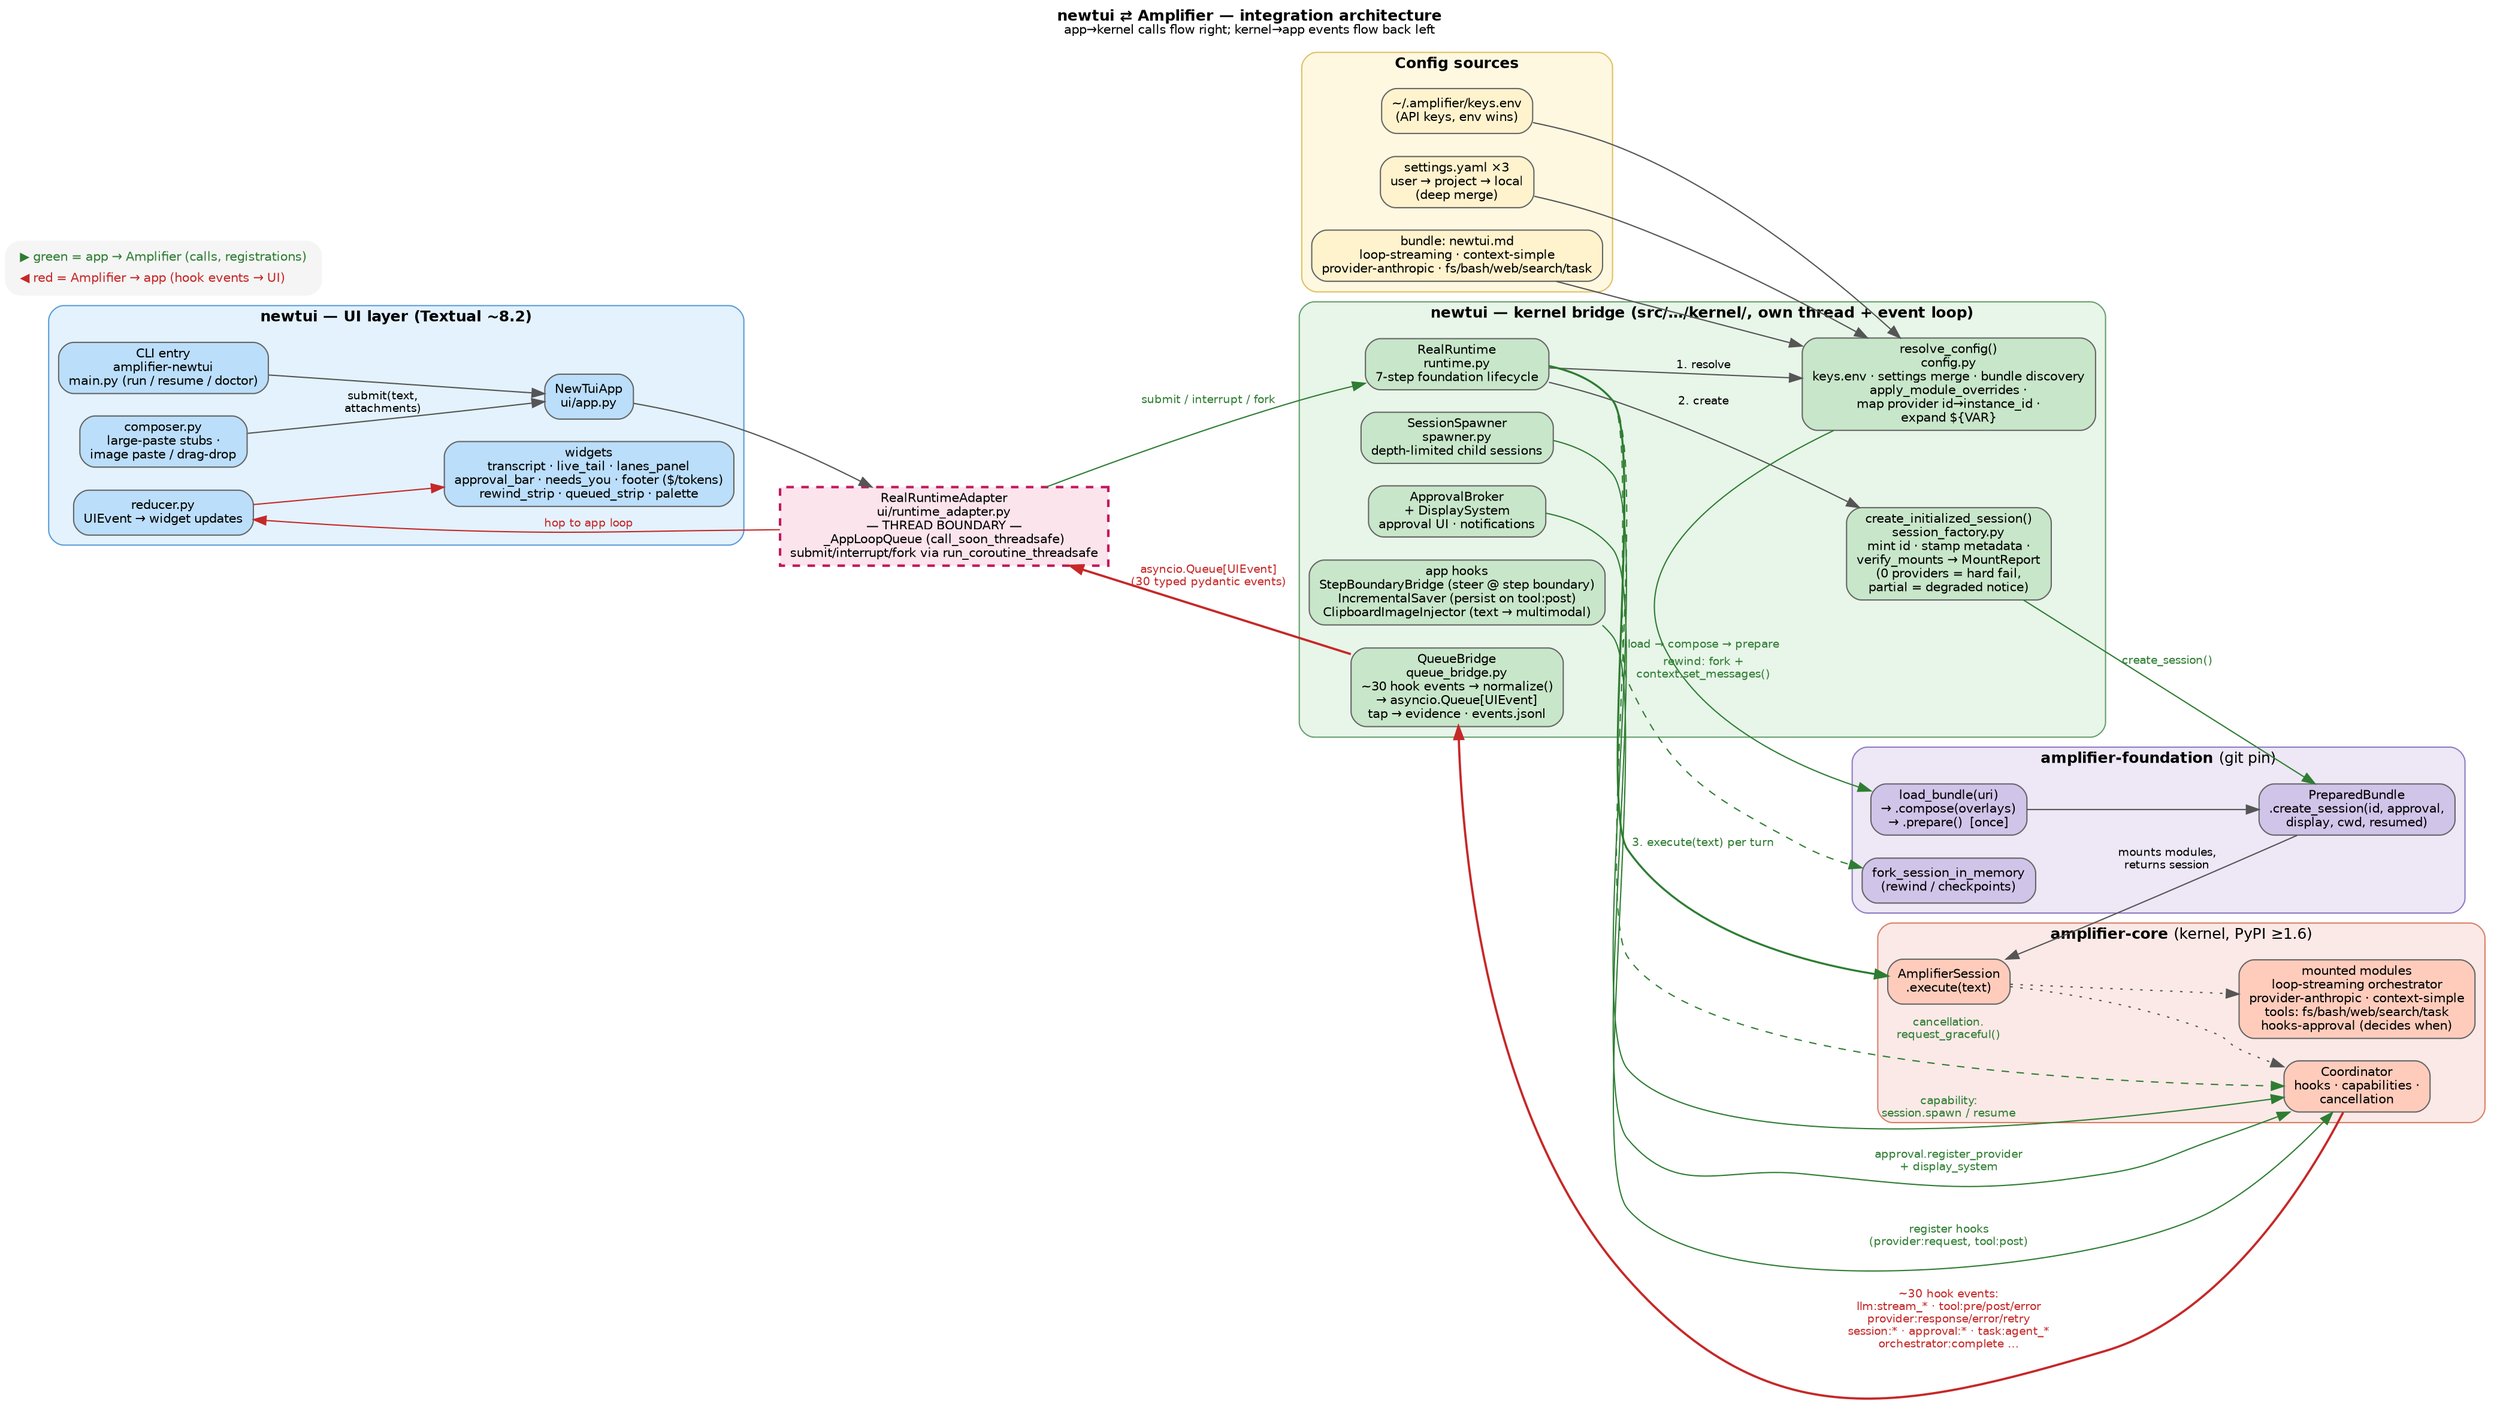
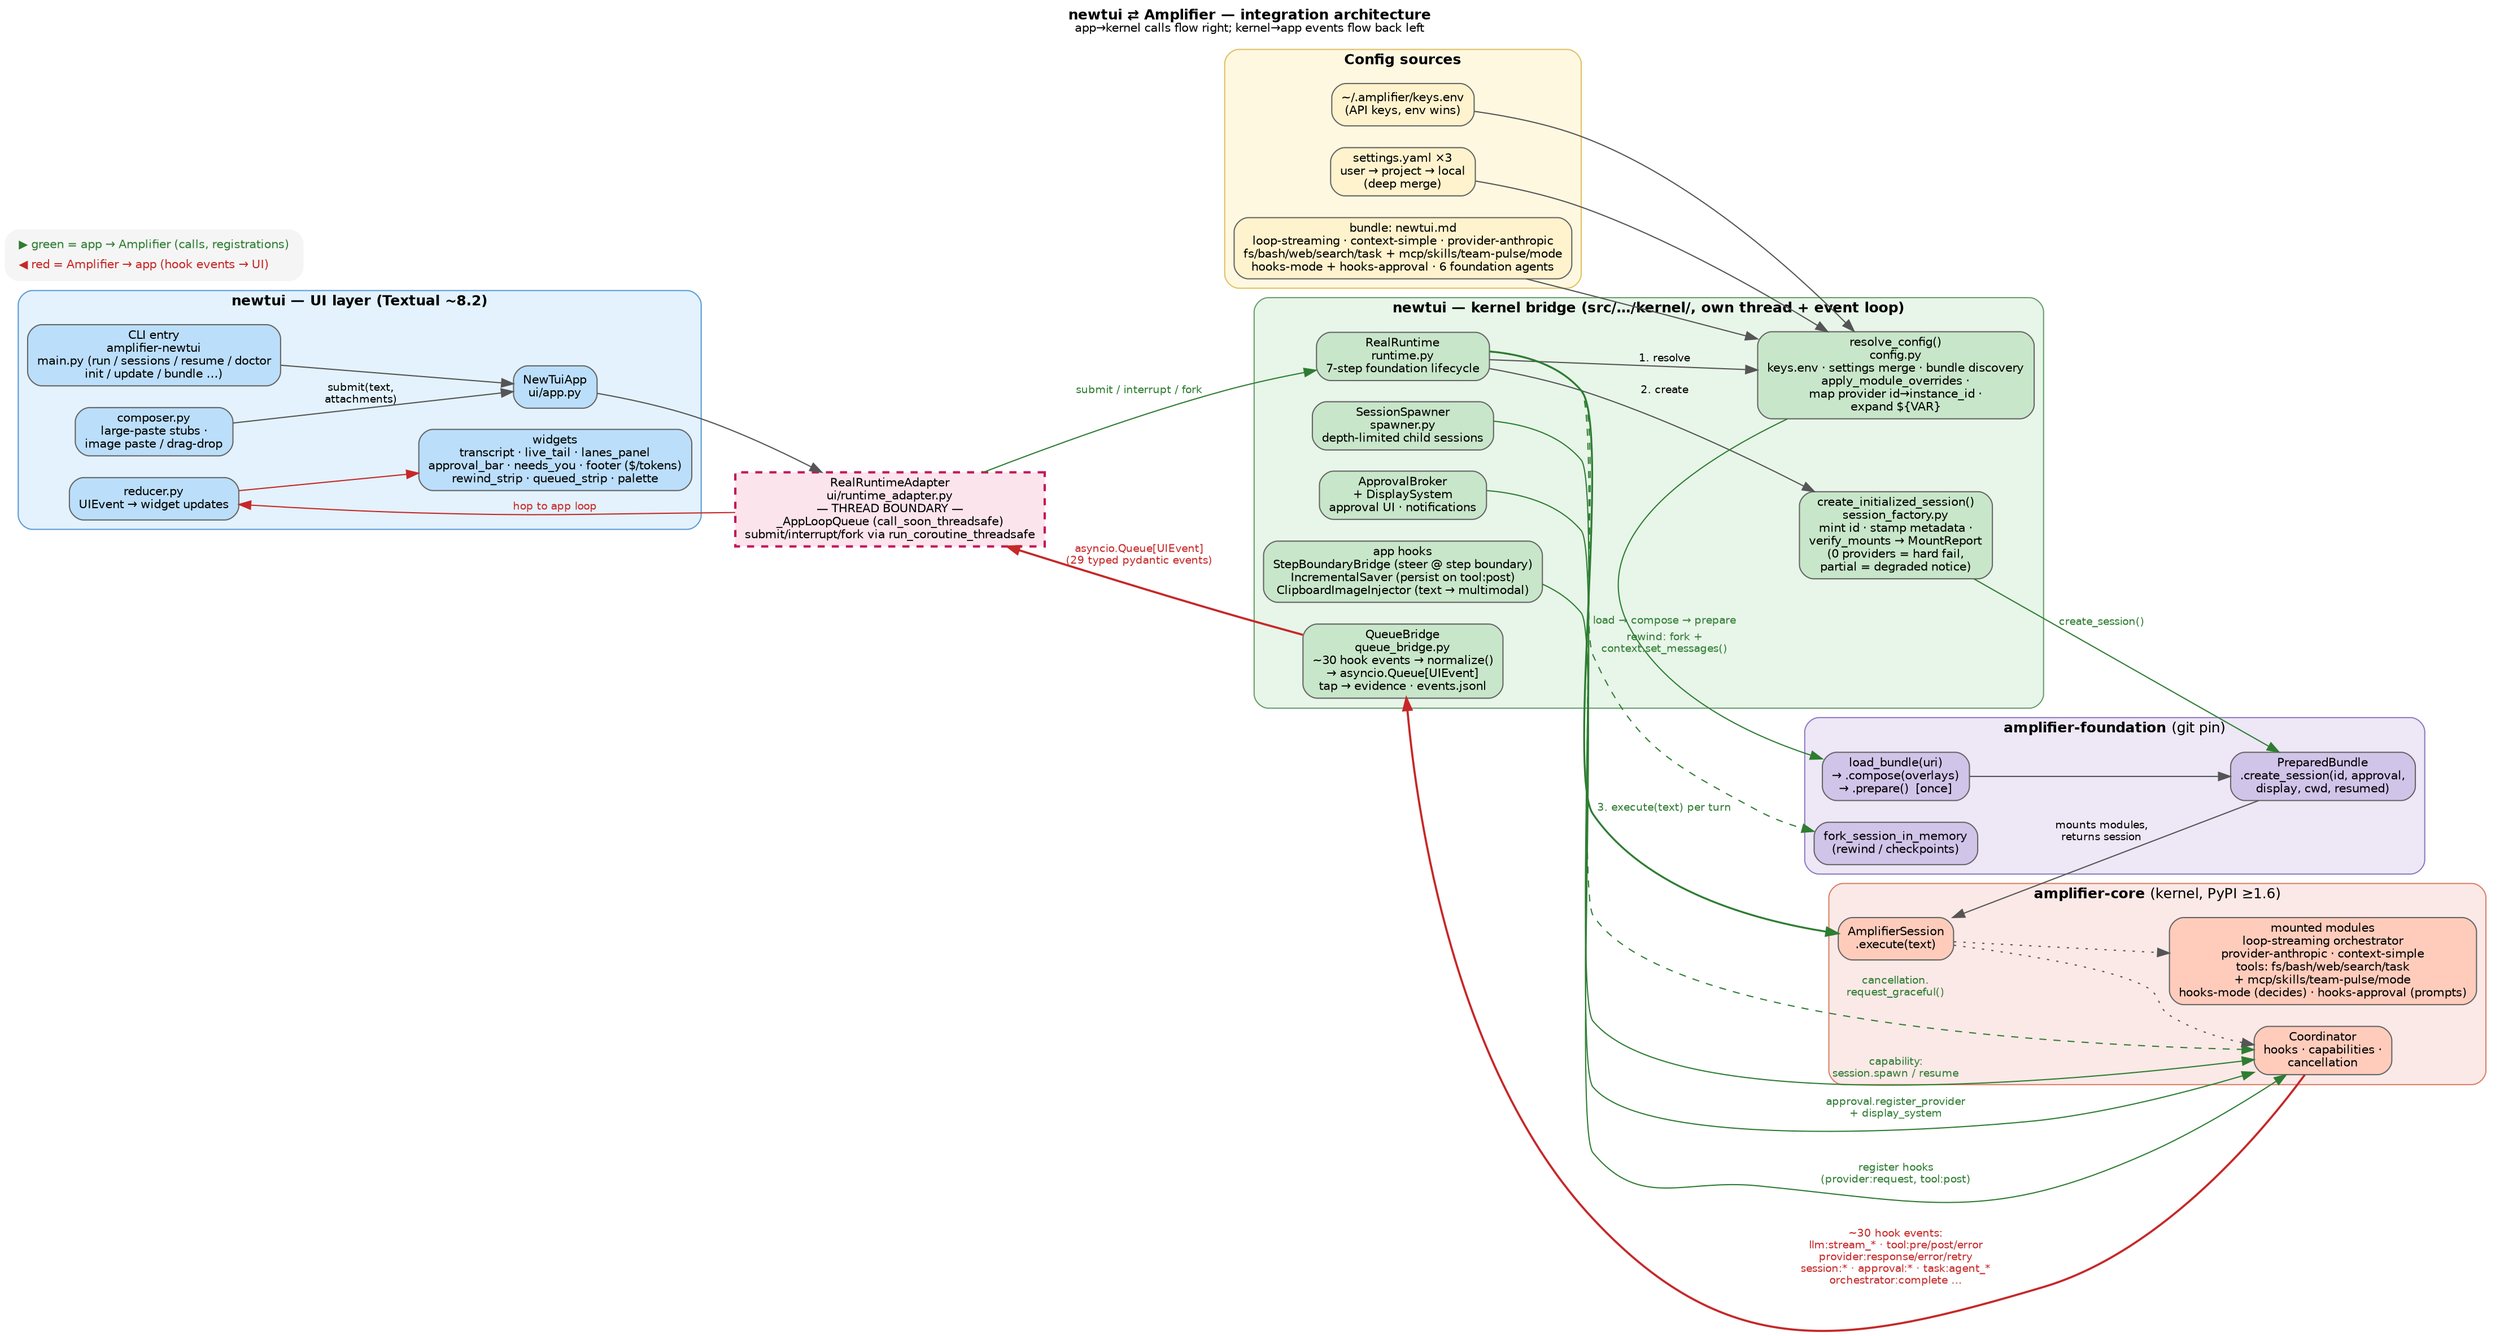
// How newtui connects to and leverages Amplifier
// Render: dot -Tpng newtui-amplifier-integration.dot -o newtui-amplifier-integration.png
digraph newtui_amplifier {
    rankdir=LR;
    compound=true;
    fontname="Helvetica";
    fontsize=12;
    labelloc=t;
    label=<<b>newtui ⇄ Amplifier — integration architecture</b><br/><font point-size="10">app→kernel calls flow right; kernel→app events flow back left</font>>;
    node [fontname="Helvetica", fontsize=10, shape=box, style="rounded,filled", fillcolor="#f5f5f5", color="#666666"];
    edge [fontname="Helvetica", fontsize=9, color="#555555"];

    // ============ CONFIG SOURCES ============
    subgraph cluster_config {
        label=<<b>Config sources</b>>;
        style="rounded,filled"; fillcolor="#fff8e1"; color="#e0c060";
        keys_env      [label="~/.amplifier/keys.env\n(API keys, env wins)", fillcolor="#fff3cd"];
        settings      [label="settings.yaml ×3\nuser → project → local\n(deep merge)", fillcolor="#fff3cd"];
-         bundle_md     [label="bundle: newtui.md\nloop-streaming · context-simple\nprovider-anthropic · fs/bash/web/search/task", fillcolor="#fff3cd"];
+         bundle_md     [label="bundle: newtui.md\nloop-streaming · context-simple · provider-anthropic\nfs/bash/web/search/task + mcp/skills/team-pulse/mode\nhooks-mode + hooks-approval · 6 foundation agents", fillcolor="#fff3cd"];
    }

    // ============ NEWTUI: UI LAYER (Textual) ============
    subgraph cluster_ui {
        label=<<b>newtui — UI layer (Textual ~8.2)</b>>;
        style="rounded,filled"; fillcolor="#e3f2fd"; color="#5b9bd5";
-         cli       [label="CLI entry\namplifier-newtui\nmain.py (run / resume / doctor)", fillcolor="#bbdefb"];
+         cli       [label="CLI entry\namplifier-newtui\nmain.py (run / sessions / resume / doctor\ninit / update / bundle …)", fillcolor="#bbdefb"];
        app       [label="NewTuiApp\nui/app.py", fillcolor="#bbdefb"];
        reducer   [label="reducer.py\nUIEvent → widget updates", fillcolor="#bbdefb"];
        composer  [label="composer.py\nlarge-paste stubs ·\nimage paste / drag-drop", fillcolor="#bbdefb"];
        widgets   [label="widgets\ntranscript · live_tail · lanes_panel\napproval_bar · needs_you · footer ($/tokens)\nrewind_strip · queued_strip · palette", fillcolor="#bbdefb"];
    }

    // ============ THREAD BOUNDARY ============
    adapter [label="RealRuntimeAdapter\nui/runtime_adapter.py\n— THREAD BOUNDARY —\n_AppLoopQueue (call_soon_threadsafe)\nsubmit/interrupt/fork via run_coroutine_threadsafe",
             shape=box, style="filled,dashed", fillcolor="#fce4ec", color="#c2185b", penwidth=2];

    // ============ NEWTUI: KERNEL BRIDGE ============
    subgraph cluster_bridge {
        label=<<b>newtui — kernel bridge (src/…/kernel/, own thread + event loop)</b>>;
        style="rounded,filled"; fillcolor="#e8f5e9"; color="#66a06b";
        runtime   [label="RealRuntime\nruntime.py\n7-step foundation lifecycle", fillcolor="#c8e6c9"];
        config    [label="resolve_config()\nconfig.py\nkeys.env · settings merge · bundle discovery\napply_module_overrides ·\nmap provider id→instance_id ·\nexpand ${VAR}", fillcolor="#c8e6c9"];
        factory   [label="create_initialized_session()\nsession_factory.py\nmint id · stamp metadata ·\nverify_mounts → MountReport\n(0 providers = hard fail,\npartial = degraded notice)", fillcolor="#c8e6c9"];
        qbridge   [label="QueueBridge\nqueue_bridge.py\n~30 hook events → normalize()\n→ asyncio.Queue[UIEvent]\ntap → evidence · events.jsonl", fillcolor="#c8e6c9"];
        spawner   [label="SessionSpawner\nspawner.py\ndepth-limited child sessions", fillcolor="#c8e6c9"];
        broker    [label="ApprovalBroker\n+ DisplaySystem\napproval UI · notifications", fillcolor="#c8e6c9"];
        apphooks  [label="app hooks\nStepBoundaryBridge (steer @ step boundary)\nIncrementalSaver (persist on tool:post)\nClipboardImageInjector (text → multimodal)", fillcolor="#c8e6c9"];
    }

    // ============ AMPLIFIER FOUNDATION ============
    subgraph cluster_foundation {
        label=<<b>amplifier-foundation</b> (git pin)>;
        style="rounded,filled"; fillcolor="#ede7f6"; color="#8e7cc3";
        loadbundle [label="load_bundle(uri)\n→ .compose(overlays)\n→ .prepare()  [once]", fillcolor="#d1c4e9"];
        prepared   [label="PreparedBundle\n.create_session(id, approval,\ndisplay, cwd, resumed)", fillcolor="#d1c4e9"];
        fork       [label="fork_session_in_memory\n(rewind / checkpoints)", fillcolor="#d1c4e9"];
    }

    // ============ AMPLIFIER CORE ============
    subgraph cluster_core {
        label=<<b>amplifier-core</b> (kernel, PyPI ≥1.6)>;
        style="rounded,filled"; fillcolor="#fbe9e7"; color="#d98066";
        session   [label="AmplifierSession\n.execute(text)", fillcolor="#ffccbc"];
        coord     [label="Coordinator\nhooks · capabilities ·\ncancellation", fillcolor="#ffccbc"];
-         modules   [label="mounted modules\nloop-streaming orchestrator\nprovider-anthropic · context-simple\ntools: fs/bash/web/search/task\nhooks-approval (decides when)", fillcolor="#ffccbc"];
+         modules   [label="mounted modules\nloop-streaming orchestrator\nprovider-anthropic · context-simple\ntools: fs/bash/web/search/task\n+ mcp/skills/team-pulse/mode\nhooks-mode (decides) · hooks-approval (prompts)", fillcolor="#ffccbc"];
    }

    // ---------- config feeds ----------
    keys_env  -> config;
    settings  -> config;
    bundle_md -> config;

    // ---------- UI spine (app → amplifier) ----------
    cli      -> app;
    composer -> app [label="submit(text,\nattachments)"];
    app      -> adapter;
    adapter  -> runtime [label="submit / interrupt / fork", color="#2e7d32", fontcolor="#2e7d32"];
    runtime  -> config  [label="1. resolve"];
    config   -> loadbundle [label="load → compose → prepare", color="#2e7d32", fontcolor="#2e7d32"];
    loadbundle -> prepared;
    runtime  -> factory [label="2. create"];
    factory  -> prepared [label="create_session()", color="#2e7d32", fontcolor="#2e7d32"];
    prepared -> session [label="mounts modules,\nreturns session"];
    session  -> modules [style=dotted];
    session  -> coord   [style=dotted];
    runtime  -> session [label="3. execute(text) per turn", color="#2e7d32", fontcolor="#2e7d32", penwidth=1.6];

    // ---------- capabilities & hooks the app gives the kernel ----------
    spawner  -> coord [label="capability:\nsession.spawn / resume", color="#2e7d32", fontcolor="#2e7d32"];
    broker   -> coord [label="approval.register_provider\n+ display_system", color="#2e7d32", fontcolor="#2e7d32"];
    apphooks -> coord [label="register hooks\n(provider:request, tool:post)", color="#2e7d32", fontcolor="#2e7d32"];
    runtime  -> coord [label="cancellation.\nrequest_graceful()", color="#2e7d32", fontcolor="#2e7d32", style=dashed];
    runtime  -> fork  [label="rewind: fork +\ncontext.set_messages()", color="#2e7d32", fontcolor="#2e7d32", style=dashed];

    // ---------- event flow back (amplifier → app) ----------
    coord   -> qbridge [label="~30 hook events:\nllm:stream_* · tool:pre/post/error\nprovider:response/error/retry\nsession:* · approval:* · task:agent_*\norchestrator:complete …",
                        color="#c62828", fontcolor="#c62828", penwidth=1.8];
-     qbridge -> adapter [label="asyncio.Queue[UIEvent]\n(30 typed pydantic events)", color="#c62828", fontcolor="#c62828", penwidth=1.8];
+     qbridge -> adapter [label="asyncio.Queue[UIEvent]\n(29 typed pydantic events)", color="#c62828", fontcolor="#c62828", penwidth=1.8];
    adapter -> reducer [label="hop to app loop", color="#c62828", fontcolor="#c62828"];
    reducer -> widgets [color="#c62828"];

    // legend
    legend [shape=plaintext, label=<
      <table border="0" cellborder="0" cellspacing="2">
        <tr><td align="left"><font color="#2e7d32">▶ green = app → Amplifier (calls, registrations)</font></td></tr>
        <tr><td align="left"><font color="#c62828">◀ red = Amplifier → app (hook events → UI)</font></td></tr>
      </table>>];
}
